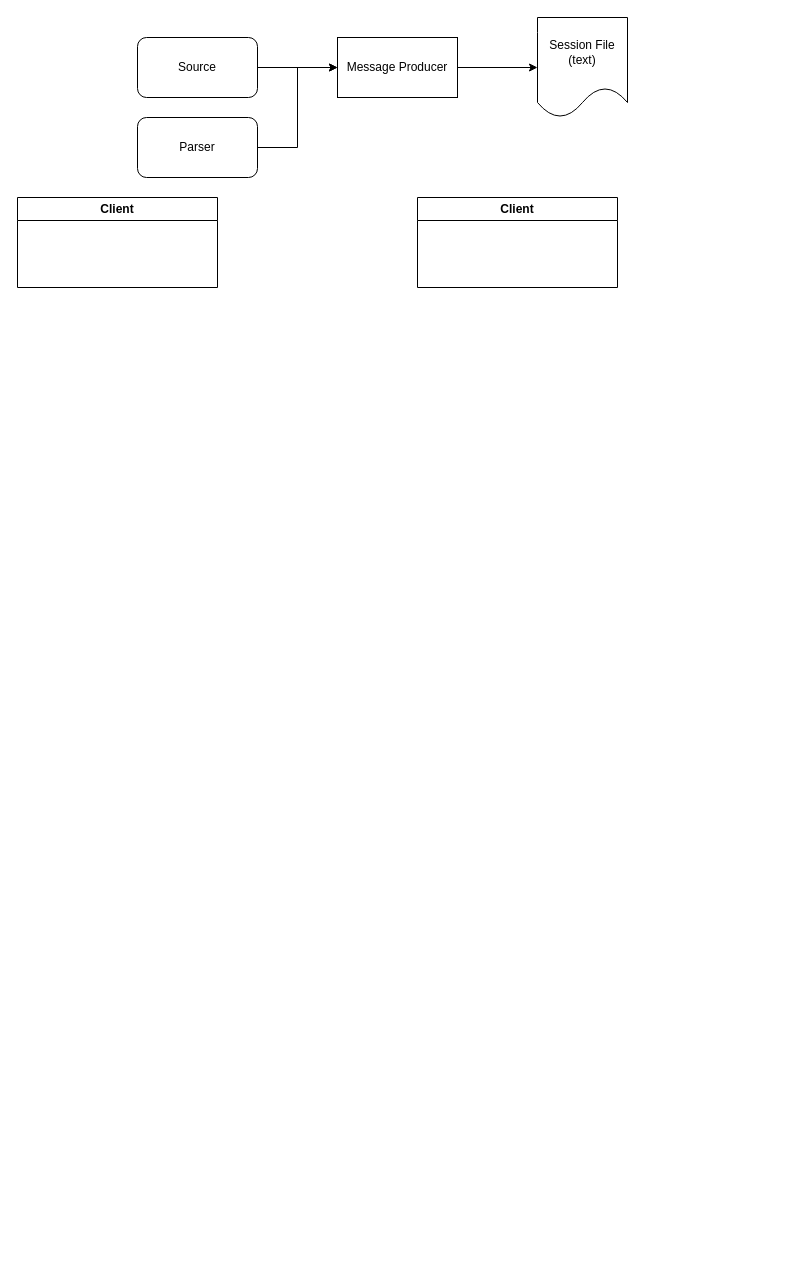
DmitryAstafyev/chipmunk3_roadmap keeps this draw.io diagram as plugins.drawio. Above is the earlier version. Source tidied: cells renumbered, new cells numbered last; positions are measured from the earlier drawing's top-left corner, leaving out a move shared by most shapes. Both pictures are drawn from the tidied source at 100%, with x=0, y=0 at pixel (17, 17).
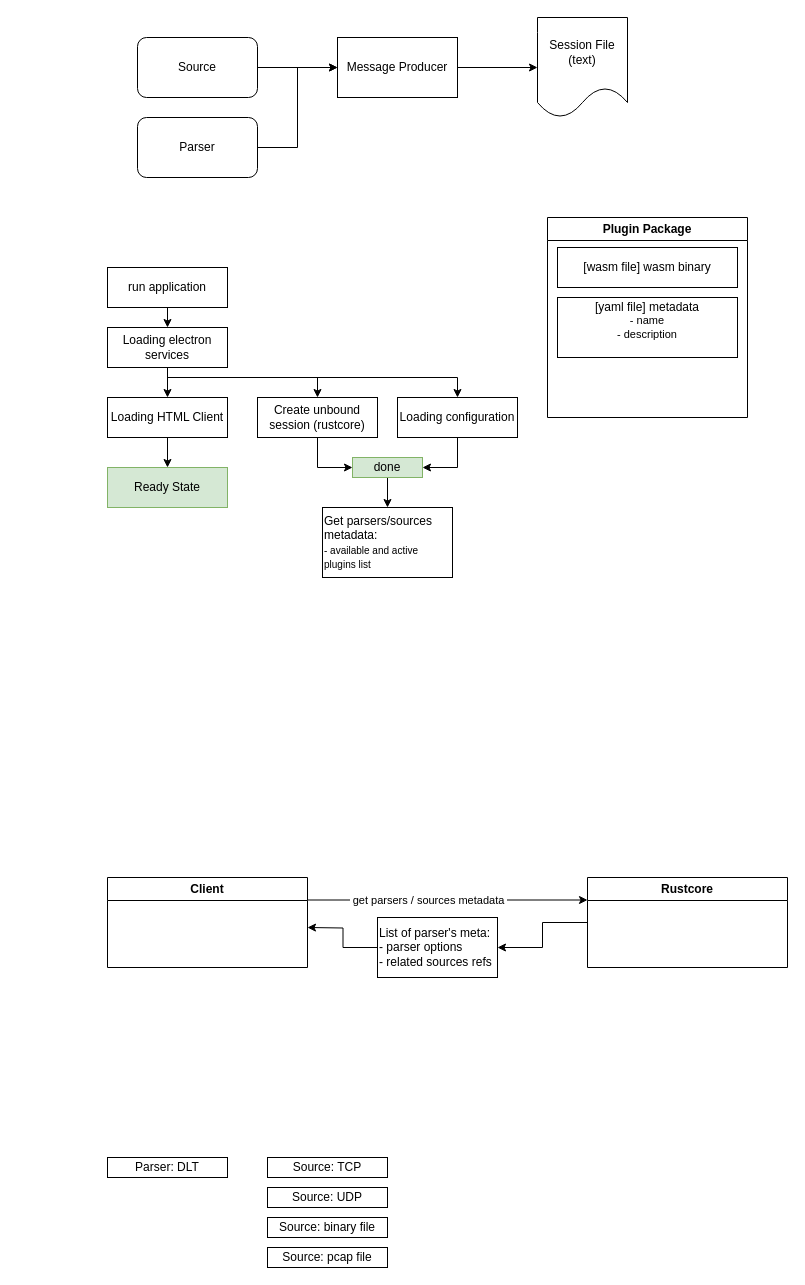
The same page after the edit.

Change to the diagram source:
```diff
@@
+    <mxCell id="11" style="edgeStyle=orthogonalEdgeStyle;rounded=0;jettySize=auto;html=1;exitX=1;exitY=0.25;exitDx=0;exitDy=0;entryX=0;entryY=0.25;entryDx=0;entryDy=0;" parent="1" edge="1" source="9" target="10">
+      <mxGeometry relative="1" as="geometry" />
+    </mxCell>
+    <mxCell id="12" value="&amp;nbsp;get parsers / sources metadata&amp;nbsp;" style="edgeLabel;html=1;align=center;verticalAlign=middle;" parent="11" vertex="1">
+      <mxGeometry x="-0.14" relative="1" as="geometry" />
+    </mxCell>
     <mxCell id="9" value="Client" style="swimlane;whiteSpace=wrap;html=1;" parent="1" vertex="1">
-      <mxGeometry y="180" width="200" height="90" as="geometry" />
+      <mxGeometry x="90" y="860" width="200" height="90" as="geometry" />
     </mxCell>
+    <mxCell id="13" style="edgeStyle=orthogonalEdgeStyle;rounded=0;jettySize=auto;html=1;exitX=0;exitY=0.5;exitDx=0;exitDy=0;" parent="1" edge="1" source="10" target="15">
+      <mxGeometry relative="1" as="geometry" />
+    </mxCell>
-    <mxCell id="10" value="Client" style="swimlane;whiteSpace=wrap;html=1;" parent="1" vertex="1">
-      <mxGeometry x="400" y="180" width="200" height="90" as="geometry" />
+    <mxCell id="10" value="Rustcore" style="swimlane;whiteSpace=wrap;html=1;" parent="1" vertex="1">
+      <mxGeometry x="570" y="860" width="200" height="90" as="geometry" />
     </mxCell>
+    <mxCell id="14" style="edgeStyle=orthogonalEdgeStyle;rounded=0;jettySize=auto;html=1;exitX=0;exitY=0.5;exitDx=0;exitDy=0;" parent="1" edge="1" source="15">
+      <mxGeometry relative="1" as="geometry">
+        <mxPoint x="290" y="910" as="targetPoint" />
+      </mxGeometry>
+    </mxCell>
+    <mxCell id="15" value="List of parser's meta:&lt;br&gt;- parser options&lt;div&gt;- related sources refs&lt;/div&gt;" style="rounded=0;whiteSpace=wrap;html=1;align=left;" parent="1" vertex="1">
+      <mxGeometry x="360" y="900" width="120" height="60" as="geometry" />
+    </mxCell>
+    <mxCell id="16" value="Parser: DLT" style="rounded=0;whiteSpace=wrap;html=1;" parent="1" vertex="1">
+      <mxGeometry x="90" y="1140" width="120" height="20" as="geometry" />
+    </mxCell>
+    <mxCell id="17" value="Source: TCP" style="rounded=0;whiteSpace=wrap;html=1;" parent="1" vertex="1">
+      <mxGeometry x="250" y="1140" width="120" height="20" as="geometry" />
+    </mxCell>
+    <mxCell id="18" value="Source: UDP" style="rounded=0;whiteSpace=wrap;html=1;" parent="1" vertex="1">
+      <mxGeometry x="250" y="1170" width="120" height="20" as="geometry" />
+    </mxCell>
+    <mxCell id="19" value="Source: binary file" style="rounded=0;whiteSpace=wrap;html=1;" parent="1" vertex="1">
+      <mxGeometry x="250" y="1200" width="120" height="20" as="geometry" />
+    </mxCell>
+    <mxCell id="20" value="Source: pcap file" style="rounded=0;whiteSpace=wrap;html=1;" parent="1" vertex="1">
+      <mxGeometry x="250" y="1230" width="120" height="20" as="geometry" />
+    </mxCell>
+    <mxCell id="21" style="edgeStyle=orthogonalEdgeStyle;rounded=0;jettySize=auto;html=1;exitX=0.5;exitY=1;exitDx=0;exitDy=0;entryX=0.5;entryY=0;entryDx=0;entryDy=0;" parent="1" edge="1" source="24" target="26">
+      <mxGeometry relative="1" as="geometry" />
+    </mxCell>
+    <mxCell id="22" style="edgeStyle=orthogonalEdgeStyle;rounded=0;jettySize=auto;html=1;exitX=0.5;exitY=1;exitDx=0;exitDy=0;entryX=0.5;entryY=0;entryDx=0;entryDy=0;" parent="1" edge="1" source="24" target="28">
+      <mxGeometry relative="1" as="geometry">
+        <Array as="points">
+          <mxPoint x="150" y="360" />
+          <mxPoint x="300" y="360" />
+        </Array>
+      </mxGeometry>
+    </mxCell>
+    <mxCell id="23" style="edgeStyle=orthogonalEdgeStyle;rounded=0;jettySize=auto;html=1;exitX=0.5;exitY=1;exitDx=0;exitDy=0;entryX=0.5;entryY=0;entryDx=0;entryDy=0;" parent="1" edge="1" source="24" target="31">
+      <mxGeometry relative="1" as="geometry">
+        <Array as="points">
+          <mxPoint x="150" y="360" />
+          <mxPoint x="440" y="360" />
+        </Array>
+      </mxGeometry>
+    </mxCell>
+    <mxCell id="24" value="Loading electron services" style="rounded=0;whiteSpace=wrap;html=1;" parent="1" vertex="1">
+      <mxGeometry x="90" y="310" width="120" height="40" as="geometry" />
+    </mxCell>
+    <mxCell id="25" style="edgeStyle=orthogonalEdgeStyle;rounded=0;jettySize=auto;html=1;exitX=0.5;exitY=1;exitDx=0;exitDy=0;entryX=0.5;entryY=0;entryDx=0;entryDy=0;" parent="1" edge="1" source="26" target="29">
+      <mxGeometry relative="1" as="geometry" />
+    </mxCell>
+    <mxCell id="26" value="Loading HTML Client" style="rounded=0;whiteSpace=wrap;html=1;" parent="1" vertex="1">
+      <mxGeometry x="90" y="380" width="120" height="40" as="geometry" />
+    </mxCell>
+    <mxCell id="27" style="edgeStyle=orthogonalEdgeStyle;rounded=0;jettySize=auto;html=1;exitX=0.5;exitY=1;exitDx=0;exitDy=0;entryX=0;entryY=0.5;entryDx=0;entryDy=0;" parent="1" edge="1" source="28" target="36">
+      <mxGeometry relative="1" as="geometry" />
+    </mxCell>
+    <mxCell id="28" value="Create unbound session (rustcore)" style="rounded=0;whiteSpace=wrap;html=1;" parent="1" vertex="1">
+      <mxGeometry x="240" y="380" width="120" height="40" as="geometry" />
+    </mxCell>
+    <mxCell id="29" value="Ready State" style="rounded=0;whiteSpace=wrap;html=1;fillColor=#d5e8d4;strokeColor=#82b366;" parent="1" vertex="1">
+      <mxGeometry x="90" y="450" width="120" height="40" as="geometry" />
+    </mxCell>
+    <mxCell id="30" style="edgeStyle=orthogonalEdgeStyle;rounded=0;jettySize=auto;html=1;exitX=0.5;exitY=1;exitDx=0;exitDy=0;entryX=1;entryY=0.5;entryDx=0;entryDy=0;" parent="1" edge="1" source="31" target="36">
+      <mxGeometry relative="1" as="geometry" />
+    </mxCell>
+    <mxCell id="31" value="Loading configuration" style="rounded=0;whiteSpace=wrap;html=1;" parent="1" vertex="1">
+      <mxGeometry x="380" y="380" width="120" height="40" as="geometry" />
+    </mxCell>
+    <mxCell id="32" style="edgeStyle=orthogonalEdgeStyle;rounded=0;jettySize=auto;html=1;exitX=0.5;exitY=1;exitDx=0;exitDy=0;entryX=0.5;entryY=0;entryDx=0;entryDy=0;" parent="1" edge="1" source="33" target="24">
+      <mxGeometry relative="1" as="geometry" />
+    </mxCell>
+    <mxCell id="33" value="run application" style="rounded=0;whiteSpace=wrap;html=1;" parent="1" vertex="1">
+      <mxGeometry x="90" y="250" width="120" height="40" as="geometry" />
+    </mxCell>
+    <mxCell id="34" value="Get parsers/sources metadata:&lt;div&gt;&lt;font style=&quot;font-size: 10px;&quot;&gt;- available and active plugins list&amp;nbsp;&lt;/font&gt;&lt;/div&gt;" style="rounded=0;whiteSpace=wrap;html=1;align=left;" parent="1" vertex="1">
+      <mxGeometry x="305" y="490" width="130" height="70" as="geometry" />
+    </mxCell>
+    <mxCell id="35" style="edgeStyle=orthogonalEdgeStyle;rounded=0;jettySize=auto;html=1;exitX=0.5;exitY=1;exitDx=0;exitDy=0;entryX=0.5;entryY=0;entryDx=0;entryDy=0;" parent="1" edge="1" source="36" target="34">
+      <mxGeometry relative="1" as="geometry" />
+    </mxCell>
+    <mxCell id="36" value="done" style="rounded=0;whiteSpace=wrap;html=1;fillColor=#d5e8d4;strokeColor=#82b366;" parent="1" vertex="1">
+      <mxGeometry x="335" y="440" width="70" height="20" as="geometry" />
+    </mxCell>
+    <mxCell id="37" value="Plugin Package" style="swimlane;whiteSpace=wrap;html=1;" parent="1" vertex="1">
+      <mxGeometry x="530" y="200" width="200" height="200" as="geometry" />
+    </mxCell>
+    <mxCell id="38" value="[wasm file] wasm binary" style="rounded=0;whiteSpace=wrap;html=1;" parent="37" vertex="1">
+      <mxGeometry x="10" y="30" width="180" height="40" as="geometry" />
+    </mxCell>
+    <mxCell id="39" value="[yaml file] metadata&lt;div style=&quot;font-size: 11px;&quot;&gt;&lt;font style=&quot;font-size: 11px;&quot;&gt;- name&lt;/font&gt;&lt;/div&gt;&lt;div style=&quot;font-size: 11px;&quot;&gt;&lt;font style=&quot;font-size: 11px;&quot;&gt;- description&lt;/font&gt;&lt;/div&gt;&lt;div&gt;&lt;br&gt;&lt;/div&gt;" style="rounded=0;whiteSpace=wrap;html=1;" parent="37" vertex="1">
+      <mxGeometry x="10" y="80" width="180" height="60" as="geometry" />
+    </mxCell>
```
